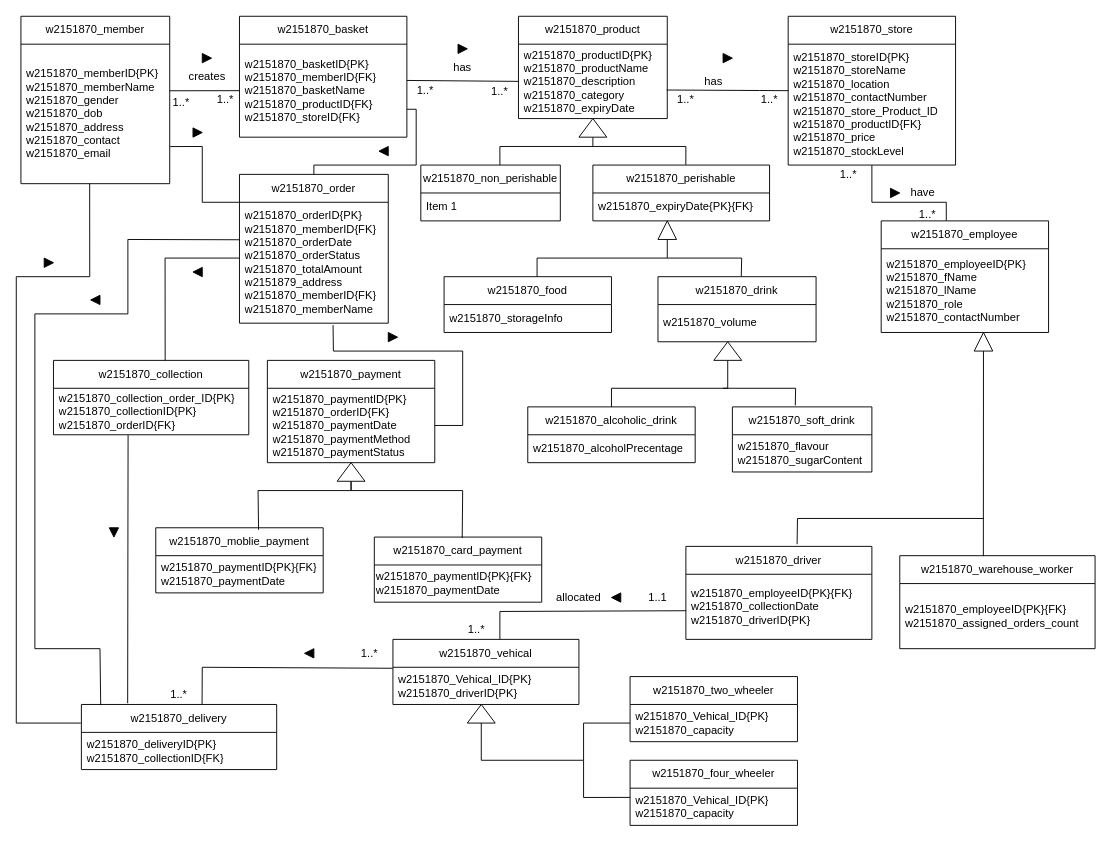
The draw.io diagram question7.drawio in Yoda200512/skills-introduction-to-github, before the edit. Source tidied: cells renumbered, new cells numbered last; positions are measured from the earlier drawing's top-left corner, leaving out a move shared by most shapes. Both pictures are drawn from the tidied source at 93%, with x=0, y=0 at pixel (16, 16).
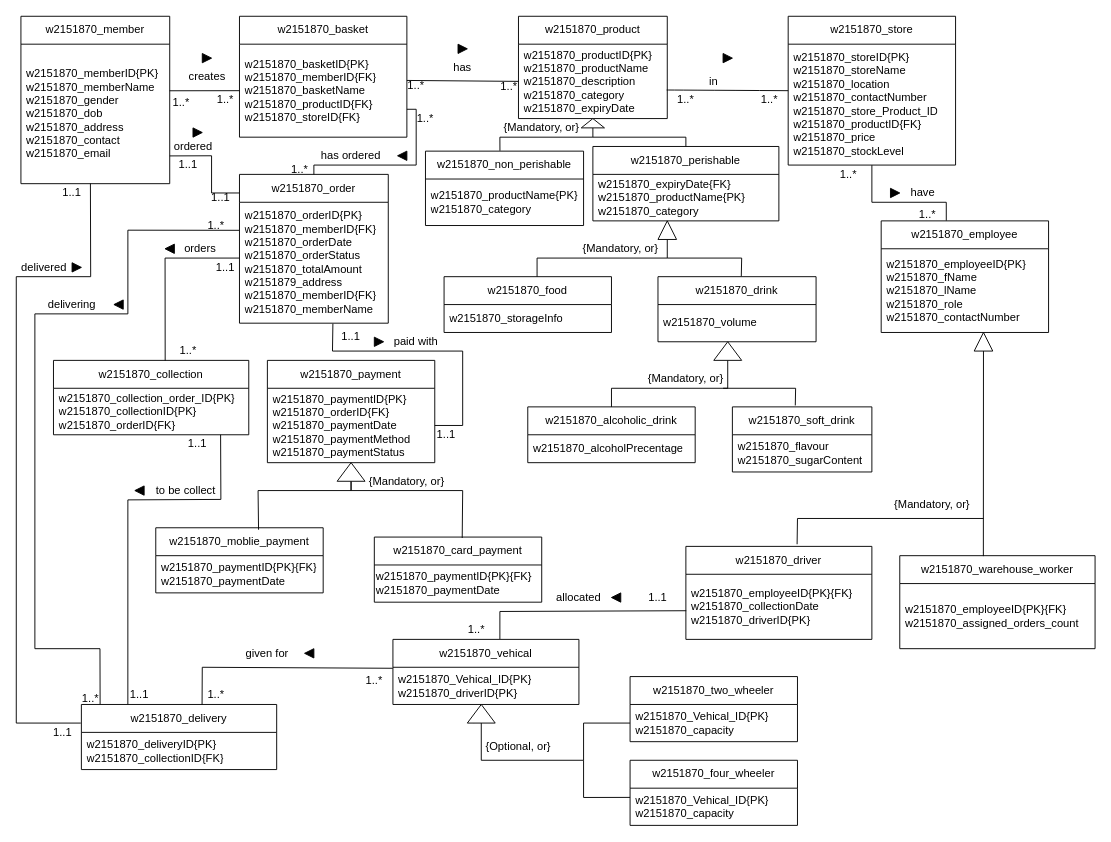
Above is the later version.

The change refers to these unchanged cells:
```xml
<mxCell id="3" value="&lt;span style=&quot;text-align: center;&quot;&gt;w2151870_&lt;/span&gt;memberID{PK}&lt;br&gt;&lt;div&gt;&lt;span style=&quot;text-align: center; background-color: transparent; color: light-dark(rgb(0, 0, 0), rgb(255, 255, 255));&quot;&gt;w2151870_&lt;/span&gt;memberName&lt;/div&gt;&lt;div&gt;&lt;span style=&quot;text-align: center; background-color: transparent; color: light-dark(rgb(0, 0, 0), rgb(255, 255, 255));&quot;&gt;w2151870_&lt;/span&gt;gender&lt;/div&gt;&lt;div&gt;&lt;span style=&quot;text-align: center; background-color: transparent; color: light-dark(rgb(0, 0, 0), rgb(255, 255, 255));&quot;&gt;w2151870_&lt;/span&gt;dob&lt;/div&gt;&lt;div&gt;&lt;span style=&quot;text-align: center; background-color: transparent; color: light-dark(rgb(0, 0, 0), rgb(255, 255, 255));&quot;&gt;w2151870_&lt;/span&gt;address&lt;/div&gt;&lt;div&gt;&lt;span style=&quot;text-align: center; background-color: transparent; color: light-dark(rgb(0, 0, 0), rgb(255, 255, 255));&quot;&gt;w2151870_&lt;/span&gt;contact&lt;/div&gt;&lt;div&gt;&lt;span style=&quot;text-align: center; background-color: transparent; color: light-dark(rgb(0, 0, 0), rgb(255, 255, 255));&quot;&gt;w2151870_&lt;/span&gt;email&lt;/div&gt;" style="text;strokeColor=none;fillColor=none;align=left;verticalAlign=middle;spacingLeft=4;spacingRight=4;overflow=hidden;points=[[0,0.5],[1,0.5]];portConstraint=eastwest;whiteSpace=wrap;html=1;" parent="2" vertex="1">
  <mxGeometry y="30" width="160" height="150" as="geometry" />
</mxCell>
<mxCell id="8" value="w2151870_order" style="swimlane;fontStyle=0;horizontal=1;startSize=30;whiteSpace=wrap;html=1;" parent="1" vertex="1">
  <mxGeometry x="240" y="170" width="160" height="160" as="geometry" />
</mxCell>
<mxCell id="9" value="&lt;span style=&quot;text-align: center;&quot;&gt;w2151870_&lt;/span&gt;orderID{PK}&lt;br&gt;&lt;div&gt;&lt;span style=&quot;text-align: center; background-color: transparent; color: light-dark(rgb(0, 0, 0), rgb(255, 255, 255));&quot;&gt;w2151870_&lt;/span&gt;memberID{FK}&lt;/div&gt;&lt;div&gt;&lt;span style=&quot;text-align: center; background-color: transparent; color: light-dark(rgb(0, 0, 0), rgb(255, 255, 255));&quot;&gt;w2151870_&lt;/span&gt;orderDate&lt;/div&gt;&lt;div&gt;&lt;span style=&quot;text-align: center; background-color: transparent; color: light-dark(rgb(0, 0, 0), rgb(255, 255, 255));&quot;&gt;w2151870_&lt;/span&gt;orderStatus&lt;/div&gt;&lt;div&gt;&lt;span style=&quot;text-align: center; background-color: transparent; color: light-dark(rgb(0, 0, 0), rgb(255, 255, 255));&quot;&gt;w2151870_&lt;/span&gt;totalAmount&lt;/div&gt;&lt;div&gt;w2151879_address&lt;br&gt;w2151870_memberID{FK}&lt;/div&gt;&lt;div&gt;w2151870_memberName&lt;/div&gt;" style="text;strokeColor=none;fillColor=none;align=left;verticalAlign=middle;spacingLeft=4;spacingRight=4;overflow=hidden;points=[[0,0.5],[1,0.5]];portConstraint=eastwest;whiteSpace=wrap;html=1;" parent="8" vertex="1">
  <mxGeometry y="30" width="160" height="130" as="geometry" />
</mxCell>
<mxCell id="11" value="&lt;span style=&quot;text-align: center;&quot;&gt;w2151870_collection_order_ID{PK}&lt;/span&gt;&lt;div&gt;&lt;span style=&quot;text-align: center; background-color: transparent; color: light-dark(rgb(0, 0, 0), rgb(255, 255, 255));&quot;&gt;w2151870_collectionID{PK}&lt;/span&gt;&lt;div&gt;&lt;span style=&quot;text-align: center;&quot;&gt;w2151870_orderID{FK}&lt;/span&gt;&lt;/div&gt;&lt;/div&gt;" style="text;strokeColor=none;fillColor=none;align=left;verticalAlign=middle;spacingLeft=4;spacingRight=4;overflow=hidden;points=[[0,0.5],[1,0.5]];portConstraint=eastwest;whiteSpace=wrap;html=1;" parent="10" vertex="1">
  <mxGeometry y="30" width="210" height="50" as="geometry" />
</mxCell>
<mxCell id="13" value="&lt;span style=&quot;text-align: center;&quot;&gt;w2151870_&lt;/span&gt;paymentID{PK}&lt;br&gt;&lt;div&gt;&lt;span style=&quot;text-align: center; background-color: transparent; color: light-dark(rgb(0, 0, 0), rgb(255, 255, 255));&quot;&gt;w2151870_&lt;/span&gt;orderID{FK}&lt;/div&gt;&lt;div&gt;&lt;span style=&quot;text-align: center; background-color: transparent; color: light-dark(rgb(0, 0, 0), rgb(255, 255, 255));&quot;&gt;w2151870_&lt;/span&gt;paymentDate&lt;/div&gt;&lt;div&gt;&lt;span style=&quot;text-align: center; background-color: transparent; color: light-dark(rgb(0, 0, 0), rgb(255, 255, 255));&quot;&gt;w2151870_&lt;/span&gt;paymentMethod&lt;/div&gt;&lt;div&gt;&lt;span style=&quot;text-align: center; background-color: transparent; color: light-dark(rgb(0, 0, 0), rgb(255, 255, 255));&quot;&gt;w2151870_&lt;/span&gt;paymentStatus&lt;/div&gt;" style="text;strokeColor=none;fillColor=none;align=left;verticalAlign=middle;spacingLeft=4;spacingRight=4;overflow=hidden;points=[[0,0.5],[1,0.5]];portConstraint=eastwest;whiteSpace=wrap;html=1;" parent="12" vertex="1">
  <mxGeometry y="30" width="180" height="80" as="geometry" />
</mxCell>
<mxCell id="22" value="w2151870_delivery" style="swimlane;fontStyle=0;horizontal=1;startSize=30;whiteSpace=wrap;html=1;" parent="1" vertex="1">
  <mxGeometry x="70" y="740" width="210" height="70" as="geometry" />
</mxCell>
```

The edit, as a diff of the source:
```diff
@@
     <mxCell id="24" value="w2151870_perishable" style="swimlane;fontStyle=0;horizontal=1;startSize=30;whiteSpace=wrap;html=1;" parent="1" vertex="1">
-      <mxGeometry x="620" y="160" width="190" height="60" as="geometry" />
+      <mxGeometry x="620" y="140" width="200" height="80" as="geometry" />
     </mxCell>
-    <mxCell id="25" value="w2151870_expiryDate{PK}{FK}" style="text;strokeColor=none;fillColor=none;align=left;verticalAlign=middle;spacingLeft=4;spacingRight=4;overflow=hidden;whiteSpace=wrap;html=1;" parent="24" vertex="1">
-      <mxGeometry y="30" width="190" height="30" as="geometry" />
+    <mxCell id="25" value="w2151870_expiryDate{FK}&lt;br&gt;w2151870_productName{PK}&lt;br&gt;w2151870_category" style="text;strokeColor=none;fillColor=none;align=left;verticalAlign=middle;spacingLeft=4;spacingRight=4;overflow=hidden;whiteSpace=wrap;html=1;" parent="24" vertex="1">
+      <mxGeometry y="30" width="200" height="50" as="geometry" />
     </mxCell>
     <mxCell id="26" value="w2151870_non_perishable" style="swimlane;fontStyle=0;horizontal=1;startSize=30;whiteSpace=wrap;html=1;" parent="1" vertex="1">
-      <mxGeometry x="435" y="160" width="150" height="60" as="geometry" />
+      <mxGeometry x="440" y="145" width="170" height="80" as="geometry" />
     </mxCell>
-    <mxCell id="27" value="Item 1" style="text;strokeColor=none;fillColor=none;align=left;verticalAlign=middle;spacingLeft=4;spacingRight=4;overflow=hidden;whiteSpace=wrap;html=1;" parent="26" vertex="1">
-      <mxGeometry y="30" width="150" height="30" as="geometry" />
+    <mxCell id="27" value="w2151870_productName{PK}&lt;br&gt;w2151870_category" style="text;strokeColor=none;fillColor=none;align=left;verticalAlign=middle;spacingLeft=4;spacingRight=4;overflow=hidden;whiteSpace=wrap;html=1;" parent="26" vertex="1">
+      <mxGeometry y="30" width="170" height="50" as="geometry" />
     </mxCell>
@@
-    <mxCell id="50" style="endArrow=none;html=1;rounded=0;entryX=0.526;entryY=-0.006;entryDx=0;entryDy=0;entryPerimeter=0;" parent="1" edge="1" target="24">
+    <mxCell id="50" style="endArrow=none;html=1;rounded=0;" parent="1" edge="1">
       <mxGeometry relative="1" as="geometry">
-        <mxPoint x="620" y="140" as="sourcePoint" />
+        <mxPoint x="620" y="130" as="sourcePoint" />
+        <mxPoint x="720" y="140" as="targetPoint" />
         <Array as="points">
-          <mxPoint x="620" y="140" />
-          <mxPoint x="720" y="140" />
+          <mxPoint x="620" y="130" />
+          <mxPoint x="720" y="130" />
         </Array>
       </mxGeometry>
     </mxCell>
-    <mxCell id="51" style="endArrow=none;html=1;rounded=0;exitX=0.567;exitY=0;exitDx=0;exitDy=0;exitPerimeter=0;" parent="1" edge="1" source="26" target="52">
+    <mxCell id="51" style="endArrow=none;html=1;rounded=0;exitX=0.471;exitY=-0.005;exitDx=0;exitDy=0;exitPerimeter=0;" parent="1" edge="1" source="26" target="52">
       <mxGeometry relative="1" as="geometry">
         <Array as="points">
-          <mxPoint x="520" y="140" />
-          <mxPoint x="620" y="140" />
+          <mxPoint x="520" y="130" />
+          <mxPoint x="620" y="130" />
         </Array>
       </mxGeometry>
     </mxCell>
     <mxCell id="52" style="triangle;whiteSpace=wrap;html=1;direction=north;" parent="1" vertex="1">
-      <mxGeometry x="605" y="110" width="30" height="20" as="geometry" />
+      <mxGeometry x="607.5" y="110" width="25" height="10" as="geometry" />
     </mxCell>
@@
-    <mxCell id="67" style="endArrow=none;html=1;rounded=0;exitX=0.237;exitY=-0.019;exitDx=0;exitDy=0;entryX=0.382;entryY=1.008;entryDx=0;entryDy=0;entryPerimeter=0;exitPerimeter=0;" parent="1" edge="1" source="22" target="11">
-      <mxGeometry relative="1" as="geometry" />
+    <mxCell id="67" style="endArrow=none;html=1;rounded=0;exitX=0.238;exitY=-0.004;exitDx=0;exitDy=0;entryX=0.846;entryY=1.01;entryDx=0;entryDy=0;entryPerimeter=0;exitPerimeter=0;" parent="1" edge="1" source="22">
+      <mxGeometry relative="1" as="geometry">
+        <mxPoint x="219.7" y="450" as="targetPoint" />
+        <Array as="points">
+          <mxPoint x="120" y="520" />
+          <mxPoint x="220" y="519.5" />
+        </Array>
+      </mxGeometry>
     </mxCell>
-    <mxCell id="68" style="endArrow=none;html=1;rounded=0;exitX=-0.003;exitY=0.286;exitDx=0;exitDy=0;exitPerimeter=0;entryX=0.462;entryY=0.999;entryDx=0;entryDy=0;entryPerimeter=0;" parent="1" edge="1" source="22" target="3">
+    <mxCell id="68" style="endArrow=none;html=1;rounded=0;exitX=-0.003;exitY=0.286;exitDx=0;exitDy=0;exitPerimeter=0;entryX=0.467;entryY=0.999;entryDx=0;entryDy=0;entryPerimeter=0;" parent="1" edge="1" source="22" target="3">
       <mxGeometry relative="1" as="geometry">
         <Array as="points">
           <mxPoint y="760" />
           <mxPoint y="280" />
-          <mxPoint x="79" y="280" />
+          <mxPoint x="80" y="280" />
         </Array>
       </mxGeometry>
     </mxCell>
-    <mxCell id="69" style="endArrow=none;html=1;rounded=0;exitX=1;exitY=0.5;exitDx=0;exitDy=0;entryX=0.629;entryY=1.016;entryDx=0;entryDy=0;entryPerimeter=0;" parent="1" edge="1" source="13" target="9">
+    <mxCell id="69" style="endArrow=none;html=1;rounded=0;exitX=1;exitY=0.5;exitDx=0;exitDy=0;entryX=0.109;entryY=0.018;entryDx=0;entryDy=0;entryPerimeter=0;" parent="1" edge="1" source="13" target="112">
       <mxGeometry relative="1" as="geometry">
         <Array as="points">
           <mxPoint x="480" y="440" />
           <mxPoint x="480" y="360" />
-          <mxPoint x="341" y="360" />
+          <mxPoint x="340" y="360" />
         </Array>
       </mxGeometry>
     </mxCell>
@@
-    <mxCell id="74" style="endArrow=none;html=1;rounded=0;exitX=0.099;exitY=0.01;exitDx=0;exitDy=0;exitPerimeter=0;entryX=-0.002;entryY=0.31;entryDx=0;entryDy=0;entryPerimeter=0;" parent="1" edge="1" source="22" target="9">
+    <mxCell id="74" style="endArrow=none;html=1;rounded=0;exitX=0.096;exitY=-0.005;exitDx=0;exitDy=0;exitPerimeter=0;entryX=-0.002;entryY=0.232;entryDx=0;entryDy=0;entryPerimeter=0;" parent="1" edge="1" source="22" target="9">
       <mxGeometry relative="1" as="geometry">
         <Array as="points">
           <mxPoint x="90" y="680" />
           <mxPoint x="20" y="680" />
           <mxPoint x="20" y="320" />
           <mxPoint x="120" y="320" />
-          <mxPoint x="120" y="240" />
+          <mxPoint x="120" y="230" />
         </Array>
       </mxGeometry>
     </mxCell>
-    <mxCell id="75" style="endArrow=none;html=1;rounded=0;exitX=0;exitY=0;exitDx=0;exitDy=0;exitPerimeter=0;entryX=1.003;entryY=0.734;entryDx=0;entryDy=0;entryPerimeter=0;" parent="1" edge="1" source="9" target="3">
+    <mxCell id="75" style="endArrow=none;html=1;rounded=0;exitX=0;exitY=0.125;exitDx=0;exitDy=0;exitPerimeter=0;entryX=1;entryY=0.801;entryDx=0;entryDy=0;entryPerimeter=0;" parent="1" edge="1" source="8" target="3">
       <mxGeometry relative="1" as="geometry">
         <Array as="points">
-          <mxPoint x="200" y="200" />
-          <mxPoint x="200" y="140" />
+          <mxPoint x="210" y="190" />
+          <mxPoint x="210" y="150" />
         </Array>
       </mxGeometry>
     </mxCell>
@@
     <mxCell id="82" style="triangle;whiteSpace=wrap;html=1;fillColor=#010101;" parent="1" vertex="1">
-      <mxGeometry x="30" y="260" width="10" height="10" as="geometry" />
+      <mxGeometry x="60" y="265" width="10" height="10" as="geometry" />
     </mxCell>
     <mxCell id="83" style="triangle;whiteSpace=wrap;html=1;fillColor=#010101;direction=west;" parent="1" vertex="1">
-      <mxGeometry x="80" y="300" width="10" height="10" as="geometry" />
+      <mxGeometry x="105" y="305" width="10" height="10" as="geometry" />
     </mxCell>
     <mxCell id="84" style="triangle;whiteSpace=wrap;html=1;fillColor=#010101;direction=west;" parent="1" vertex="1">
-      <mxGeometry x="190" y="270" width="10" height="10" as="geometry" />
+      <mxGeometry x="160" y="245" width="10" height="10" as="geometry" />
     </mxCell>
     <mxCell id="85" style="triangle;whiteSpace=wrap;html=1;fillColor=#010101;" parent="1" vertex="1">
-      <mxGeometry x="400" y="340" width="10" height="10" as="geometry" />
+      <mxGeometry x="385" y="345" width="10" height="10" as="geometry" />
     </mxCell>
-    <mxCell id="86" style="triangle;whiteSpace=wrap;html=1;fillColor=#010101;direction=south;" parent="1" vertex="1">
-      <mxGeometry x="100" y="550" width="10" height="10" as="geometry" />
+    <mxCell id="86" style="triangle;whiteSpace=wrap;html=1;fillColor=#010101;direction=west;" parent="1" vertex="1">
+      <mxGeometry x="127.5" y="505" width="10" height="10" as="geometry" />
     </mxCell>
@@
     <mxCell id="91" style="triangle;whiteSpace=wrap;html=1;fillColor=#010101;direction=west;" parent="1" vertex="1">
-      <mxGeometry x="390" y="140" width="10" height="10" as="geometry" />
+      <mxGeometry x="410" y="145" width="10" height="10" as="geometry" />
     </mxCell>
@@
     <mxCell id="95" value="1..*" style="text;html=1;whiteSpace=wrap;strokeColor=none;fillColor=none;align=center;verticalAlign=middle;rounded=0;" parent="1" vertex="1">
-      <mxGeometry x="420" y="70" width="40" height="20" as="geometry" />
+      <mxGeometry x="410" y="65" width="40" height="20" as="geometry" />
     </mxCell>
     <mxCell id="96" value="1..*" style="text;html=1;whiteSpace=wrap;strokeColor=none;fillColor=none;align=center;verticalAlign=middle;rounded=0;" parent="1" vertex="1">
-      <mxGeometry x="505" y="72.5" width="30" height="17.5" as="geometry" />
+      <mxGeometry x="515" y="67.5" width="30" height="17.5" as="geometry" />
     </mxCell>
@@
-    <mxCell id="100" value="has" style="text;html=1;whiteSpace=wrap;strokeColor=none;fillColor=none;align=center;verticalAlign=middle;rounded=0;" parent="1" vertex="1">
+    <mxCell id="100" value="in" style="text;html=1;whiteSpace=wrap;strokeColor=none;fillColor=none;align=center;verticalAlign=middle;rounded=0;" parent="1" vertex="1">
       <mxGeometry x="730" y="60" width="40" height="20" as="geometry" />
     </mxCell>
@@
     <mxCell id="107" value="1..*" style="text;html=1;whiteSpace=wrap;strokeColor=none;fillColor=none;align=center;verticalAlign=middle;rounded=0;" parent="1" vertex="1">
-      <mxGeometry x="350" y="670" width="60" height="30" as="geometry" />
+      <mxGeometry x="355" y="700" width="60" height="30" as="geometry" />
     </mxCell>
     <mxCell id="108" value="1..*" style="text;html=1;whiteSpace=wrap;strokeColor=none;fillColor=none;align=center;verticalAlign=middle;rounded=0;" parent="1" vertex="1">
-      <mxGeometry x="150" y="720" width="50" height="20" as="geometry" />
+      <mxGeometry x="190" y="720" width="50" height="20" as="geometry" />
     </mxCell>
+    <mxCell id="109" value="to be collect" style="text;html=1;whiteSpace=wrap;strokeColor=none;fillColor=none;align=center;verticalAlign=middle;rounded=0;" parent="1" vertex="1">
+      <mxGeometry x="145" y="500" width="75" height="20" as="geometry" />
+    </mxCell>
+    <mxCell id="110" value="1..1" style="text;html=1;whiteSpace=wrap;strokeColor=none;fillColor=none;align=center;verticalAlign=middle;rounded=0;" parent="1" vertex="1">
+      <mxGeometry x="170" y="450" width="50" height="20" as="geometry" />
+    </mxCell>
+    <mxCell id="111" value="1..1" style="text;html=1;whiteSpace=wrap;strokeColor=none;fillColor=none;align=center;verticalAlign=middle;rounded=0;" parent="1" vertex="1">
+      <mxGeometry x="115" y="717.5" width="35" height="25" as="geometry" />
+    </mxCell>
+    <mxCell id="112" value="1..1" style="text;html=1;whiteSpace=wrap;strokeColor=none;fillColor=none;align=center;verticalAlign=middle;rounded=0;" parent="1" vertex="1">
+      <mxGeometry x="335" y="330" width="50" height="30" as="geometry" />
+    </mxCell>
+    <mxCell id="113" value="1..1" style="text;html=1;whiteSpace=wrap;strokeColor=none;fillColor=none;align=center;verticalAlign=middle;rounded=0;" parent="1" vertex="1">
+      <mxGeometry x="440" y="440" width="45" height="20" as="geometry" />
+    </mxCell>
+    <mxCell id="114" value="paid with" style="text;html=1;whiteSpace=wrap;strokeColor=none;fillColor=none;align=center;verticalAlign=middle;rounded=0;" parent="1" vertex="1">
+      <mxGeometry x="400" y="335" width="60" height="30" as="geometry" />
+    </mxCell>
+    <mxCell id="115" value="1..1" style="text;html=1;whiteSpace=wrap;strokeColor=none;fillColor=none;align=center;verticalAlign=middle;rounded=0;" parent="1" vertex="1">
+      <mxGeometry x="200" y="260" width="50" height="20" as="geometry" />
+    </mxCell>
+    <mxCell id="116" value="1..*" style="text;html=1;whiteSpace=wrap;strokeColor=none;fillColor=none;align=center;verticalAlign=middle;rounded=0;" parent="1" vertex="1">
+      <mxGeometry x="160" y="350" width="50" height="20" as="geometry" />
+    </mxCell>
+    <mxCell id="117" value="1..*" style="text;html=1;whiteSpace=wrap;strokeColor=none;fillColor=none;align=center;verticalAlign=middle;rounded=0;" parent="1" vertex="1">
+      <mxGeometry x="60" y="725" width="40" height="17.5" as="geometry" />
+    </mxCell>
+    <mxCell id="118" value="1..*" style="text;html=1;whiteSpace=wrap;strokeColor=none;fillColor=none;align=center;verticalAlign=middle;rounded=0;" parent="1" vertex="1">
+      <mxGeometry x="190" y="220" width="50" height="10" as="geometry" />
+    </mxCell>
+    <mxCell id="119" value="1..1" style="text;html=1;whiteSpace=wrap;strokeColor=none;fillColor=none;align=center;verticalAlign=middle;rounded=0;" parent="1" vertex="1">
+      <mxGeometry x="30" y="760" width="40" height="20" as="geometry" />
+    </mxCell>
+    <mxCell id="120" value="1..1" style="text;html=1;whiteSpace=wrap;strokeColor=none;fillColor=none;align=center;verticalAlign=middle;rounded=0;" parent="1" vertex="1">
+      <mxGeometry x="40" y="180" width="40" height="20" as="geometry" />
+    </mxCell>
+    <mxCell id="121" value="1..1" style="text;html=1;whiteSpace=wrap;strokeColor=none;fillColor=none;align=center;verticalAlign=middle;rounded=0;" parent="1" vertex="1">
+      <mxGeometry x="165" y="150" width="40" height="20" as="geometry" />
+    </mxCell>
+    <mxCell id="122" style="edgeStyle=none;rounded=0;orthogonalLoop=1;jettySize=auto;html=1;exitX=0;exitY=0;exitDx=0;exitDy=0;" parent="1" edge="1" source="118" target="118">
+      <mxGeometry relative="1" as="geometry" />
+    </mxCell>
+    <mxCell id="123" value="1..1" style="text;html=1;whiteSpace=wrap;strokeColor=none;fillColor=none;align=center;verticalAlign=middle;rounded=0;" parent="1" vertex="1">
+      <mxGeometry x="200" y="185" width="40" height="20" as="geometry" />
+    </mxCell>
+    <mxCell id="124" value="ordered" style="text;html=1;whiteSpace=wrap;strokeColor=none;fillColor=none;align=center;verticalAlign=middle;rounded=0;" parent="1" vertex="1">
+      <mxGeometry x="176" y="135" width="29" height="10" as="geometry" />
+    </mxCell>
+    <mxCell id="125" value="1..*" style="text;html=1;whiteSpace=wrap;strokeColor=none;fillColor=none;align=center;verticalAlign=middle;rounded=0;" parent="1" vertex="1">
+      <mxGeometry x="275" y="150" width="60" height="30" as="geometry" />
+    </mxCell>
+    <mxCell id="126" value="has ordered" style="text;html=1;whiteSpace=wrap;strokeColor=none;fillColor=none;align=center;verticalAlign=middle;rounded=0;" parent="1" vertex="1">
+      <mxGeometry x="320" y="140" width="80" height="20" as="geometry" />
+    </mxCell>
+    <mxCell id="127" value="1..*" style="text;html=1;whiteSpace=wrap;strokeColor=none;fillColor=none;align=center;verticalAlign=middle;rounded=0;" parent="1" vertex="1">
+      <mxGeometry x="420" y="100" width="40" height="20" as="geometry" />
+    </mxCell>
+    <mxCell id="128" value="given for" style="text;html=1;whiteSpace=wrap;strokeColor=none;fillColor=none;align=center;verticalAlign=middle;rounded=0;" parent="1" vertex="1">
+      <mxGeometry x="240" y="670" width="60" height="30" as="geometry" />
+    </mxCell>
+    <mxCell id="129" value="delivering" style="text;html=1;whiteSpace=wrap;strokeColor=none;fillColor=none;align=center;verticalAlign=middle;rounded=0;" parent="1" vertex="1">
+      <mxGeometry x="30" y="295" width="60" height="30" as="geometry" />
+    </mxCell>
+    <mxCell id="130" value="delivered" style="text;html=1;whiteSpace=wrap;strokeColor=none;fillColor=none;align=center;verticalAlign=middle;rounded=0;" parent="1" vertex="1">
+      <mxGeometry y="255" width="60" height="30" as="geometry" />
+    </mxCell>
+    <mxCell id="131" value="orders" style="text;html=1;whiteSpace=wrap;strokeColor=none;fillColor=none;align=center;verticalAlign=middle;rounded=0;" parent="1" vertex="1">
+      <mxGeometry x="167.5" y="242.5" width="60" height="15" as="geometry" />
+    </mxCell>
+    <mxCell id="132" value="{Optional, or}" style="text;html=1;whiteSpace=wrap;strokeColor=none;fillColor=none;align=center;verticalAlign=middle;rounded=0;" parent="1" vertex="1">
+      <mxGeometry x="500" y="770" width="80" height="30" as="geometry" />
+    </mxCell>
+    <mxCell id="133" value="{Mandatory, or}" style="text;html=1;whiteSpace=wrap;strokeColor=none;fillColor=none;align=center;verticalAlign=middle;rounded=0;" parent="1" vertex="1">
+      <mxGeometry x="940" y="510" width="90" height="30" as="geometry" />
+    </mxCell>
+    <mxCell id="134" value="{Mandatory, or}" style="text;html=1;whiteSpace=wrap;strokeColor=none;fillColor=none;align=center;verticalAlign=middle;rounded=0;" parent="1" vertex="1">
+      <mxGeometry x="675" y="380" width="90" height="20" as="geometry" />
+    </mxCell>
+    <mxCell id="135" value="{Mandatory, or}" style="text;html=1;whiteSpace=wrap;strokeColor=none;fillColor=none;align=center;verticalAlign=middle;rounded=0;" parent="1" vertex="1">
+      <mxGeometry x="605" y="240" width="90" height="20" as="geometry" />
+    </mxCell>
+    <mxCell id="136" value="{Mandatory, or}" style="text;html=1;whiteSpace=wrap;strokeColor=none;fillColor=none;align=center;verticalAlign=middle;rounded=0;" parent="1" vertex="1">
+      <mxGeometry x="520" y="110" width="90" height="20" as="geometry" />
+    </mxCell>
+    <mxCell id="137" value="{Mandatory, or}" style="text;html=1;whiteSpace=wrap;strokeColor=none;fillColor=none;align=center;verticalAlign=middle;rounded=0;" parent="1" vertex="1">
+      <mxGeometry x="375" y="490" width="90" height="20" as="geometry" />
+    </mxCell>
```
